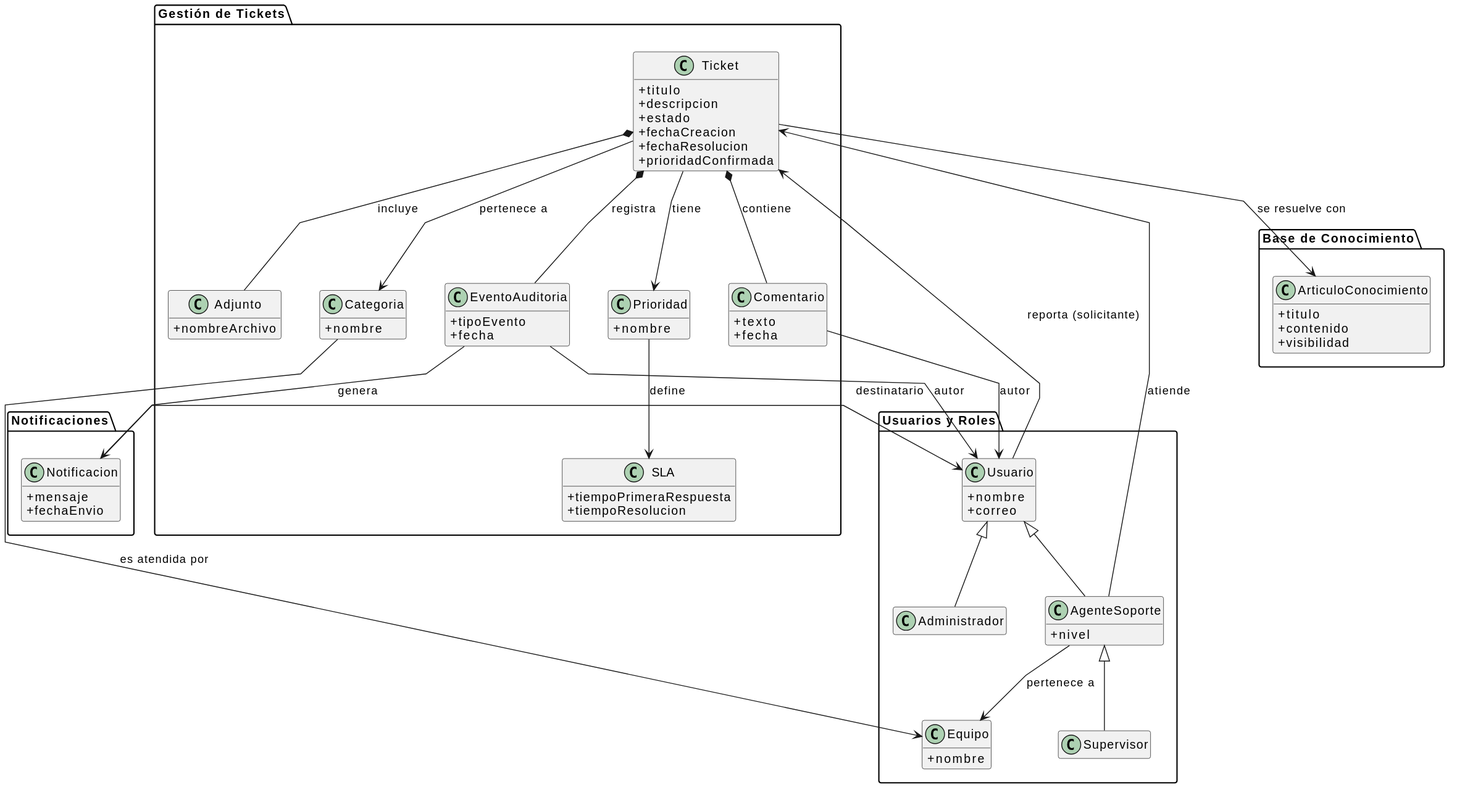
Above: puml/01-fase-inicio/modelo-dominio/diagrama-clases.svg in Dievex/01-HelpDesk (PlantUML), before the change.
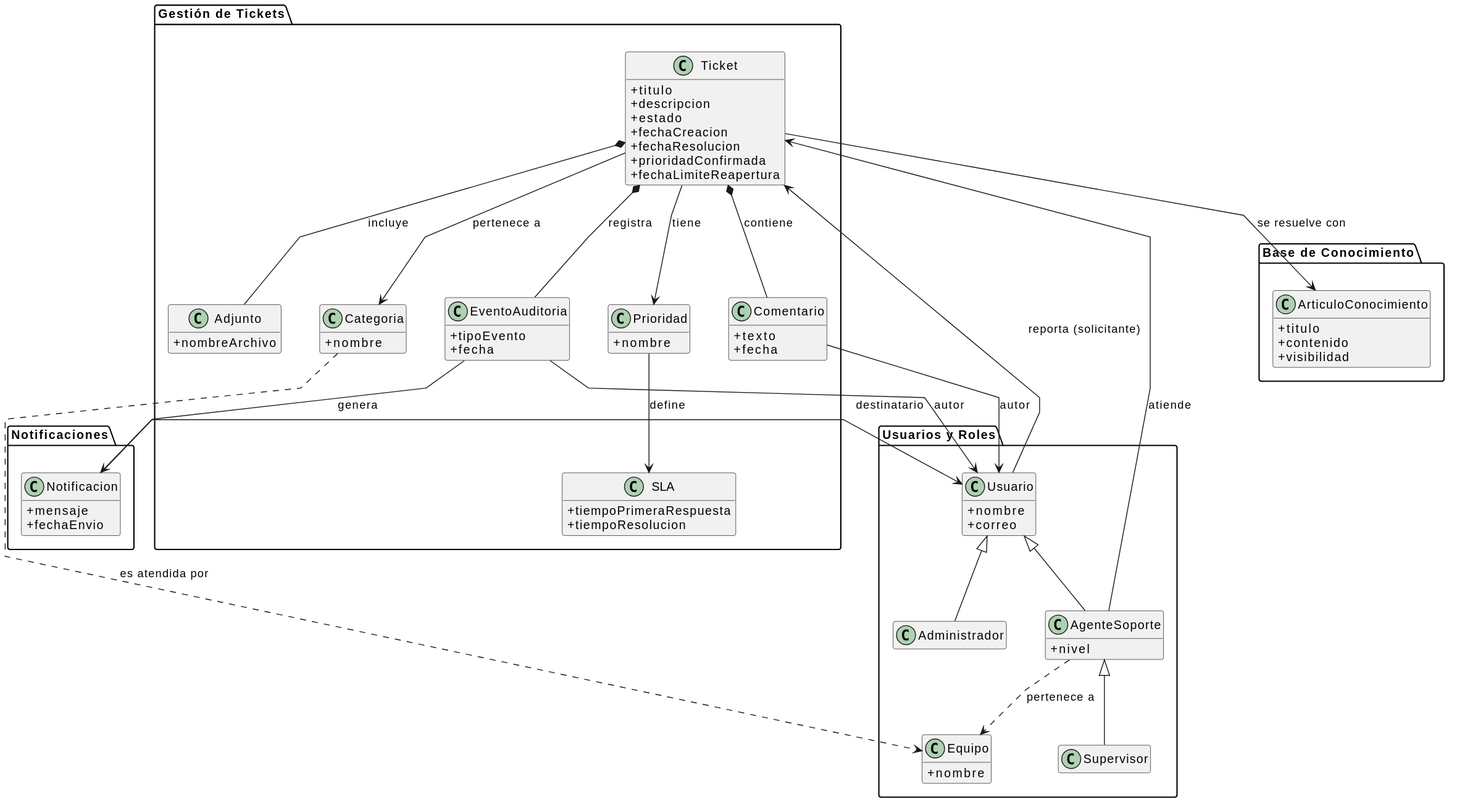
The same file after the commit.

Commit message:
Add fechaLimiteReapertura y completa cardinalidades del Modelo de Dominio

Change to the diagram source:
```diff
@@ -29,6 +29,7 @@
     +fechaCreacion
     +fechaResolucion
     +prioridadConfirmada
+    +fechaLimiteReapertura
   }
   class Categoria {
     +nombre
@@ -74,11 +75,11 @@
 
 Usuario  -->  Ticket : reporta (solicitante)
 AgenteSoporte  -->  Ticket : atiende
-AgenteSoporte  -->  Equipo : pertenece a
+AgenteSoporte  ..>  Equipo : pertenece a
 Ticket  -->  Categoria : pertenece a
 Ticket  -->  Prioridad : tiene
 Prioridad  -->  SLA : define
-Categoria  -->  Equipo : es atendida por
+Categoria  ..>  Equipo : es atendida por
 
 Ticket  *--  Comentario : contiene
 Ticket  *--  Adjunto : incluye
```
